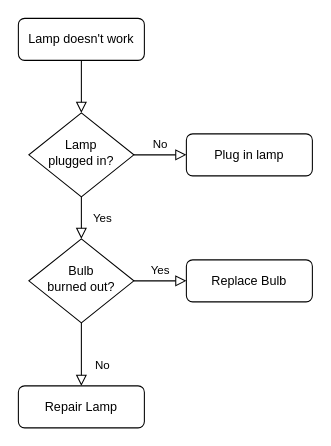
This is Untitled Diagram.drawio from bayaspirina/Riego, a draw.io file, before an edit. Source tidied: cells renumbered, new cells numbered last; positions are measured from the earlier drawing's top-left corner, leaving out a move shared by most shapes. Both pictures are drawn from the tidied source at 105%, with x=0, y=0 at pixel (18, 18).
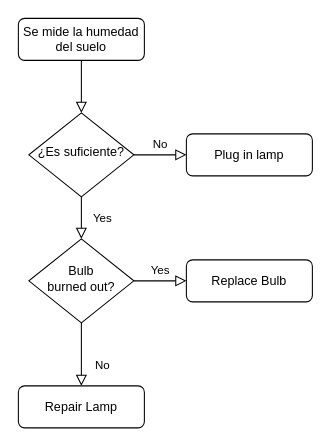
The same diagram, later.

Change to the diagram source:
```diff
@@
 <mxGraphModel>
   <root>
     <mxCell id="0" />
     <mxCell id="1" parent="0" />
     <mxCell id="2" style="rounded=0;html=1;jettySize=auto;fontSize=11;endArrow=block;endFill=0;endSize=8;strokeWidth=1;shadow=0;labelBackgroundColor=none;edgeStyle=orthogonalEdgeStyle;" parent="1" edge="1" source="3" target="6">
       <mxGeometry relative="1" as="geometry" />
     </mxCell>
-    <mxCell id="3" value="Lamp doesn't work" style="rounded=1;whiteSpace=wrap;html=1;fontSize=12;glass=0;strokeWidth=1;shadow=0;" parent="1" vertex="1">
+    <mxCell id="3" value="Se mide la humedad del suelo" style="rounded=1;whiteSpace=wrap;html=1;fontSize=12;glass=0;strokeWidth=1;shadow=0;" parent="1" vertex="1">
       <mxGeometry width="120" height="40" as="geometry" />
     </mxCell>
     <mxCell id="4" value="Yes" style="rounded=0;html=1;jettySize=auto;fontSize=11;endArrow=block;endFill=0;endSize=8;strokeWidth=1;shadow=0;labelBackgroundColor=none;edgeStyle=orthogonalEdgeStyle;" parent="1" edge="1" source="6" target="10">
       <mxGeometry y="20" relative="1" as="geometry" />
     </mxCell>
     <mxCell id="5" value="No" style="edgeStyle=orthogonalEdgeStyle;rounded=0;html=1;jettySize=auto;fontSize=11;endArrow=block;endFill=0;endSize=8;strokeWidth=1;shadow=0;labelBackgroundColor=none;" parent="1" edge="1" source="6" target="7">
       <mxGeometry y="10" relative="1" as="geometry" />
     </mxCell>
-    <mxCell id="6" value="Lamp&lt;br&gt;plugged in?" style="rhombus;whiteSpace=wrap;html=1;shadow=0;fontFamily=Helvetica;fontSize=12;align=center;strokeWidth=1;spacing=6;spacingTop=-4;" parent="1" vertex="1">
+    <mxCell id="6" value="¿Es suficiente?" style="rhombus;whiteSpace=wrap;html=1;shadow=0;fontFamily=Helvetica;fontSize=12;align=center;strokeWidth=1;spacing=6;spacingTop=-4;" parent="1" vertex="1">
       <mxGeometry x="10" y="90" width="100" height="80" as="geometry" />
     </mxCell>
     <mxCell id="7" value="Plug in lamp" style="rounded=1;whiteSpace=wrap;html=1;fontSize=12;glass=0;strokeWidth=1;shadow=0;" parent="1" vertex="1">
       <mxGeometry x="160" y="110" width="120" height="40" as="geometry" />
     </mxCell>
     <mxCell id="8" value="No" style="rounded=0;html=1;jettySize=auto;fontSize=11;endArrow=block;endFill=0;endSize=8;strokeWidth=1;shadow=0;labelBackgroundColor=none;edgeStyle=orthogonalEdgeStyle;" parent="1" edge="1" source="10" target="11">
       <mxGeometry x="0.33" y="20" relative="1" as="geometry" />
     </mxCell>
     <mxCell id="9" value="Yes" style="edgeStyle=orthogonalEdgeStyle;rounded=0;html=1;jettySize=auto;fontSize=11;endArrow=block;endFill=0;endSize=8;strokeWidth=1;shadow=0;labelBackgroundColor=none;" parent="1" edge="1" source="10" target="12">
       <mxGeometry y="10" relative="1" as="geometry" />
     </mxCell>
     <mxCell id="10" value="Bulb&lt;br&gt;burned out?" style="rhombus;whiteSpace=wrap;html=1;shadow=0;fontFamily=Helvetica;fontSize=12;align=center;strokeWidth=1;spacing=6;spacingTop=-4;" parent="1" vertex="1">
       <mxGeometry x="10" y="210" width="100" height="80" as="geometry" />
     </mxCell>
     <mxCell id="11" value="Repair Lamp" style="rounded=1;whiteSpace=wrap;html=1;fontSize=12;glass=0;strokeWidth=1;shadow=0;" parent="1" vertex="1">
       <mxGeometry y="350" width="120" height="40" as="geometry" />
     </mxCell>
     <mxCell id="12" value="Replace Bulb" style="rounded=1;whiteSpace=wrap;html=1;fontSize=12;glass=0;strokeWidth=1;shadow=0;" parent="1" vertex="1">
       <mxGeometry x="160" y="230" width="120" height="40" as="geometry" />
     </mxCell>
   </root>
 </mxGraphModel>
```
